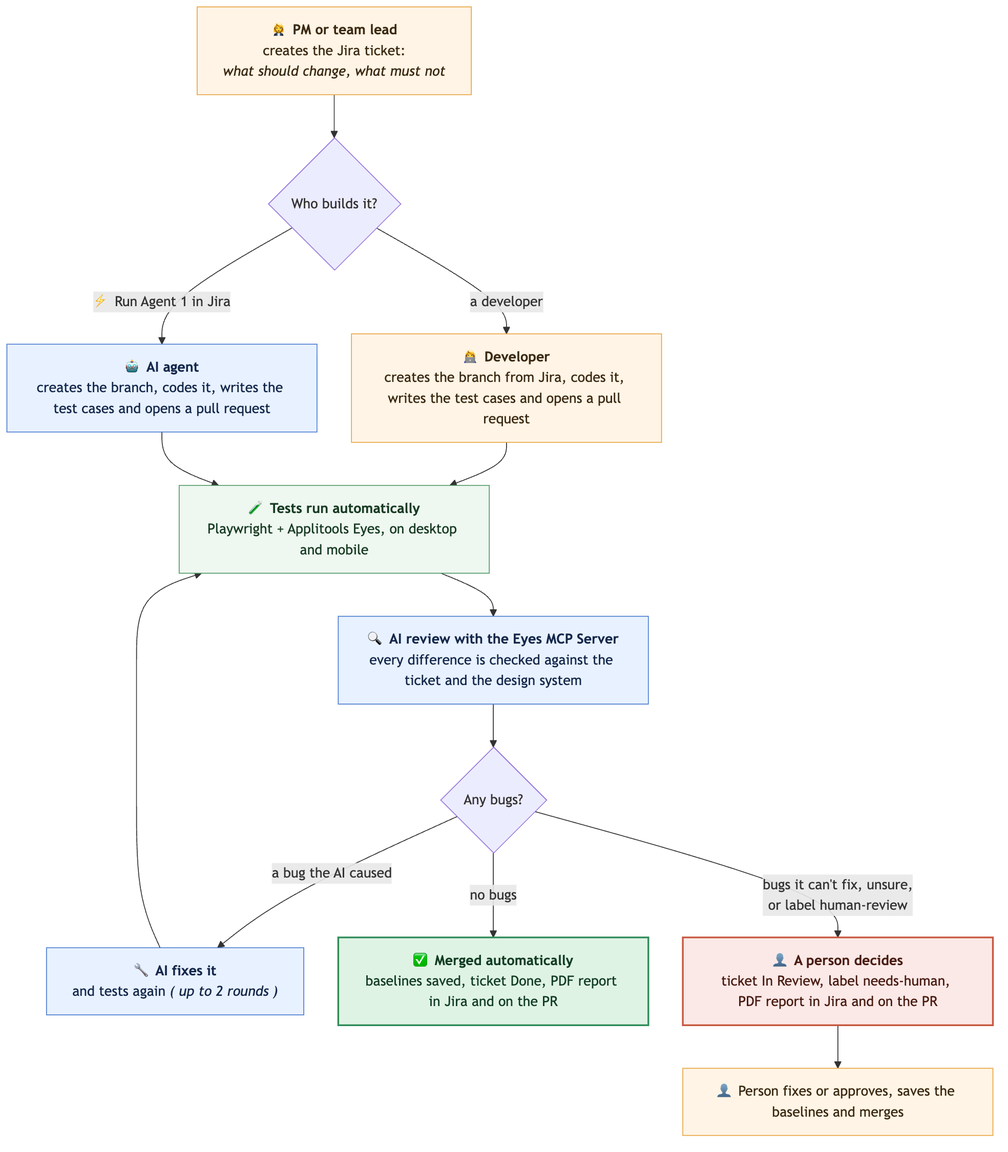
ssharma007-dev/wikipedia-visual-ci keeps this Mermaid diagram as docs/images/user-flow.png. Above is the earlier version. Its source is kept beside it as docs/images/user-flow.mmd.
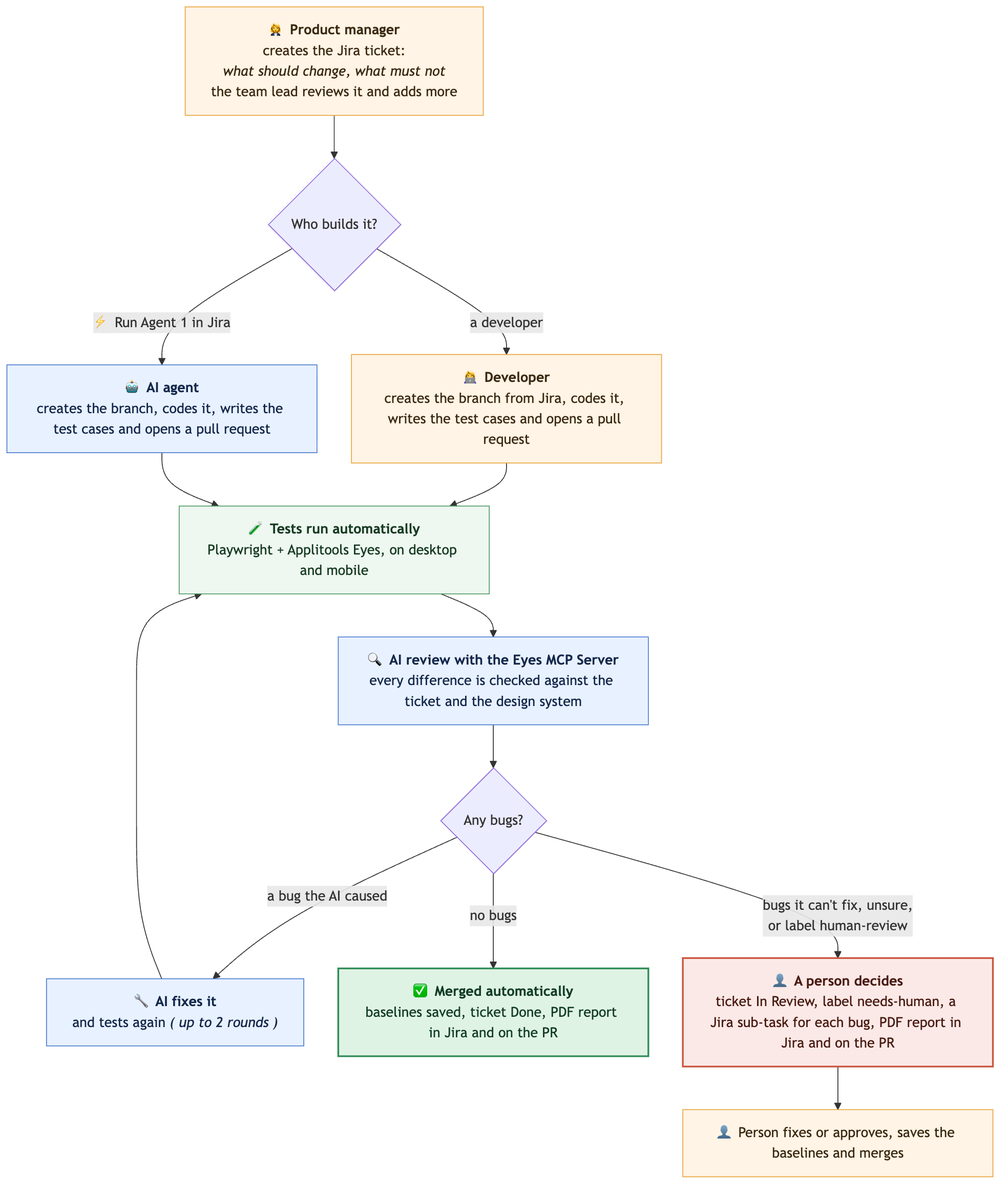
The same file after the commit.

Commit message:
README: 'How it works' in eight steps; diagram shows the team lead review and Jira sub-tasks

The edit, as a diff of the source:
```diff
@@ -1,6 +1,6 @@
 %%{init: {"flowchart": {"wrappingWidth": 300, "nodeSpacing": 40, "rankSpacing": 50}}}%%
 flowchart TD
-    A["👩‍💼 <b>PM or team lead</b><br/>creates the Jira ticket:<br/><i>what should change, what must not</i>"] --> B{"Who builds it?"}
+    A["👩‍💼 <b>Product manager</b><br/>creates the Jira ticket:<br/><i>what should change, what must not</i><br/>the team lead reviews it and adds more"] --> B{"Who builds it?"}
 
     B -->|"a developer"| C["👩‍💻 <b>Developer</b><br/>creates the branch from Jira, codes it, writes the test cases and opens a pull request"]
     B -->|"⚡ Run Agent 1 in Jira"| D["🤖 <b>AI agent</b><br/>creates the branch, codes it, writes the test cases and opens a pull request"]
@@ -15,7 +15,7 @@
     H --> E
 
     G -->|"no bugs"| I["✅ <b>Merged automatically</b><br/>baselines saved, ticket Done, PDF report in Jira and on the PR"]
-    G -->|"bugs it can't fix, unsure,<br/>or label human-review"| J["👤 <b>A person decides</b><br/>ticket In Review, label needs-human, PDF report in Jira and on the PR"]
+    G -->|"bugs it can't fix, unsure,<br/>or label human-review"| J["👤 <b>A person decides</b><br/>ticket In Review, label needs-human, a Jira sub-task for each bug, PDF report in Jira and on the PR"]
     J --> K["👤 Person fixes or approves, saves the baselines and merges"]
 
     classDef person fill:#FFF4E5,stroke:#E8A33D,color:#3B2A12
```
